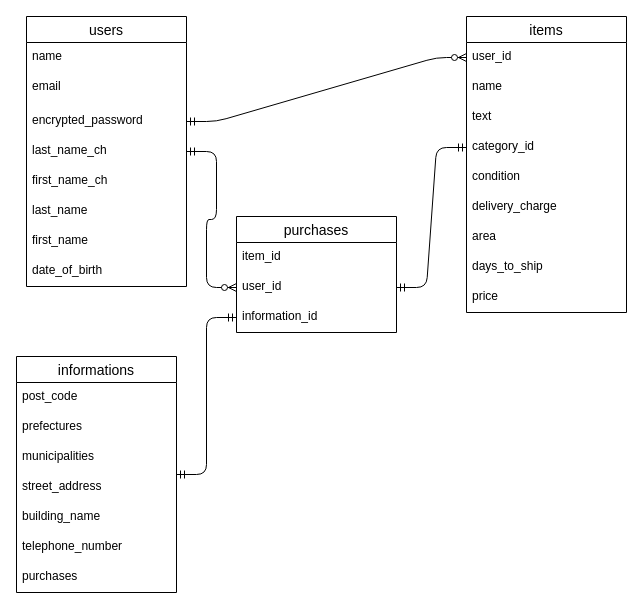
Before: furima.dio in ohkuma90/furima-39777, a draw.io diagram. Source tidied: cells renumbered, new cells numbered last; positions are measured from the earlier drawing's top-left corner, leaving out a move shared by most shapes. Both pictures are drawn from the tidied source at 100%, with x=0, y=0 at pixel (16, 16).
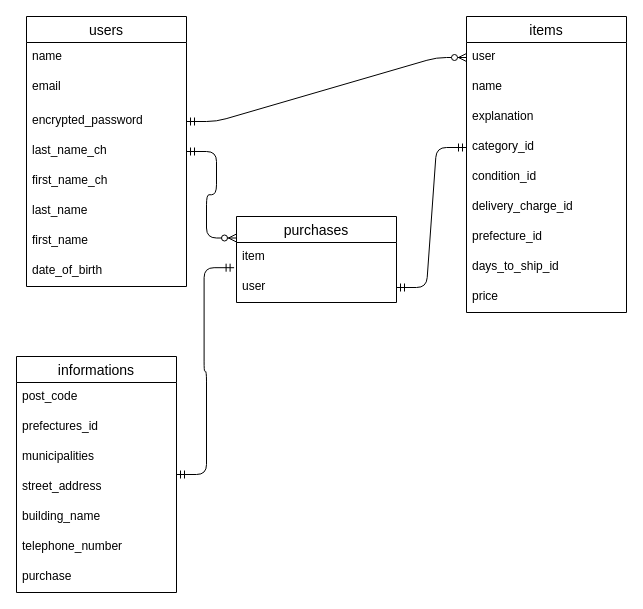
After the change.

The change refers to these unchanged cells:
```xml
<mxCell id="6" value="last_name_ch" style="text;strokeColor=none;fillColor=none;spacingLeft=4;spacingRight=4;overflow=hidden;points=[[0,0.5],[1,0.5]];portConstraint=eastwest;fontSize=12;" parent="2" vertex="1">
  <mxGeometry y="120" width="160" height="30" as="geometry" />
</mxCell>
<mxCell id="11" value="items" style="swimlane;fontStyle=0;horizontal=1;startSize=26;align=center;fontSize=14;" parent="1" vertex="1">
  <mxGeometry x="450" width="160" height="296" as="geometry" />
</mxCell>
<mxCell id="28" value="informations" style="swimlane;fontStyle=0;horizontal=1;startSize=26;align=center;fontSize=14;" parent="1" vertex="1">
  <mxGeometry y="340" width="160" height="236" as="geometry" />
</mxCell>
```

What changed in the source:
```diff
@@
-    <mxCell id="12" value="user_id" style="text;strokeColor=none;fillColor=none;spacingLeft=4;spacingRight=4;overflow=hidden;points=[[0,0.5],[1,0.5]];portConstraint=eastwest;fontSize=12;" parent="11" vertex="1">
+    <mxCell id="12" value="user" style="text;strokeColor=none;fillColor=none;spacingLeft=4;spacingRight=4;overflow=hidden;points=[[0,0.5],[1,0.5]];portConstraint=eastwest;fontSize=12;" parent="11" vertex="1">
       <mxGeometry y="26" width="160" height="30" as="geometry" />
     </mxCell>
@@
-    <mxCell id="14" value="text" style="text;strokeColor=none;fillColor=none;spacingLeft=4;spacingRight=4;overflow=hidden;fontSize=12;" parent="11" vertex="1">
+    <mxCell id="14" value="explanation" style="text;strokeColor=none;fillColor=none;spacingLeft=4;spacingRight=4;overflow=hidden;fontSize=12;" parent="11" vertex="1">
       <mxGeometry y="86" width="160" height="30" as="geometry" />
     </mxCell>
@@
-    <mxCell id="16" value="condition" style="text;strokeColor=none;fillColor=none;spacingLeft=4;spacingRight=4;overflow=hidden;fontSize=12;" parent="11" vertex="1">
+    <mxCell id="16" value="condition_id" style="text;strokeColor=none;fillColor=none;spacingLeft=4;spacingRight=4;overflow=hidden;fontSize=12;" parent="11" vertex="1">
       <mxGeometry y="146" width="160" height="30" as="geometry" />
     </mxCell>
-    <mxCell id="17" value="delivery_charge" style="text;strokeColor=none;fillColor=none;spacingLeft=4;spacingRight=4;overflow=hidden;fontSize=12;" parent="11" vertex="1">
+    <mxCell id="17" value="delivery_charge_id" style="text;strokeColor=none;fillColor=none;spacingLeft=4;spacingRight=4;overflow=hidden;fontSize=12;" parent="11" vertex="1">
       <mxGeometry y="176" width="160" height="30" as="geometry" />
     </mxCell>
-    <mxCell id="18" value="area" style="text;strokeColor=none;fillColor=none;spacingLeft=4;spacingRight=4;overflow=hidden;fontSize=12;" parent="11" vertex="1">
+    <mxCell id="18" value="prefecture_id" style="text;strokeColor=none;fillColor=none;spacingLeft=4;spacingRight=4;overflow=hidden;fontSize=12;" parent="11" vertex="1">
       <mxGeometry y="206" width="160" height="30" as="geometry" />
     </mxCell>
-    <mxCell id="19" value="days_to_ship" style="text;strokeColor=none;fillColor=none;spacingLeft=4;spacingRight=4;overflow=hidden;fontSize=12;" parent="11" vertex="1">
+    <mxCell id="19" value="days_to_ship_id" style="text;strokeColor=none;fillColor=none;spacingLeft=4;spacingRight=4;overflow=hidden;fontSize=12;" parent="11" vertex="1">
       <mxGeometry y="236" width="160" height="30" as="geometry" />
     </mxCell>
@@
     <mxCell id="21" value="purchases" style="swimlane;fontStyle=0;horizontal=1;startSize=26;align=center;fontSize=14;" parent="1" vertex="1">
-      <mxGeometry x="220" y="200" width="160" height="116" as="geometry" />
+      <mxGeometry x="220" y="200" width="160" height="86" as="geometry" />
     </mxCell>
-    <mxCell id="22" value="item_id" style="text;strokeColor=none;fillColor=none;spacingLeft=4;spacingRight=4;overflow=hidden;fontSize=12;" parent="21" vertex="1">
+    <mxCell id="22" value="item" style="text;strokeColor=none;fillColor=none;spacingLeft=4;spacingRight=4;overflow=hidden;fontSize=12;" parent="21" vertex="1">
       <mxGeometry y="26" width="160" height="30" as="geometry" />
     </mxCell>
-    <mxCell id="23" value="user_id" style="text;strokeColor=none;fillColor=none;spacingLeft=4;spacingRight=4;overflow=hidden;points=[[0,0.5],[1,0.5]];portConstraint=eastwest;fontSize=12;" parent="21" vertex="1">
+    <mxCell id="23" value="user" style="text;strokeColor=none;fillColor=none;spacingLeft=4;spacingRight=4;overflow=hidden;points=[[0,0.5],[1,0.5]];portConstraint=eastwest;fontSize=12;" parent="21" vertex="1">
       <mxGeometry y="56" width="160" height="30" as="geometry" />
     </mxCell>
-    <mxCell id="24" value="information_id" style="text;strokeColor=none;fillColor=none;spacingLeft=4;spacingRight=4;overflow=hidden;points=[[0,0.5],[1,0.5]];portConstraint=eastwest;fontSize=12;" parent="21" vertex="1">
-      <mxGeometry y="86" width="160" height="30" as="geometry" />
-    </mxCell>
@@
-    <mxCell id="27" style="edgeStyle=entityRelationEdgeStyle;fontSize=12;html=1;endArrow=ERzeroToMany;startArrow=ERmandOne;entryX=0;entryY=0.5;entryDx=0;entryDy=0;exitX=1;exitY=0.5;exitDx=0;exitDy=0;" parent="1" edge="1" source="6" target="23">
+    <mxCell id="27" style="edgeStyle=entityRelationEdgeStyle;fontSize=12;html=1;endArrow=ERzeroToMany;startArrow=ERmandOne;entryX=0;entryY=0.25;entryDx=0;entryDy=0;exitX=1;exitY=0.5;exitDx=0;exitDy=0;" parent="1" edge="1" source="6" target="21">
       <mxGeometry relative="1" as="geometry" />
     </mxCell>
@@
-    <mxCell id="30" value="prefectures" style="text;strokeColor=none;fillColor=none;spacingLeft=4;spacingRight=4;overflow=hidden;fontSize=12;" parent="28" vertex="1">
+    <mxCell id="30" value="prefectures_id" style="text;strokeColor=none;fillColor=none;spacingLeft=4;spacingRight=4;overflow=hidden;fontSize=12;" parent="28" vertex="1">
       <mxGeometry y="56" width="160" height="30" as="geometry" />
     </mxCell>
@@
-    <mxCell id="35" value="purchases" style="text;strokeColor=none;fillColor=none;spacingLeft=4;spacingRight=4;overflow=hidden;fontSize=12;" parent="28" vertex="1">
+    <mxCell id="35" value="purchase" style="text;strokeColor=none;fillColor=none;spacingLeft=4;spacingRight=4;overflow=hidden;fontSize=12;" parent="28" vertex="1">
       <mxGeometry y="206" width="160" height="30" as="geometry" />
     </mxCell>
-    <mxCell id="36" style="edgeStyle=entityRelationEdgeStyle;fontSize=12;html=1;endArrow=ERmandOne;startArrow=ERmandOne;entryX=0;entryY=0.5;entryDx=0;entryDy=0;" parent="1" edge="1" source="28" target="24">
+    <mxCell id="36" style="edgeStyle=entityRelationEdgeStyle;fontSize=12;html=1;endArrow=ERmandOne;startArrow=ERmandOne;entryX=-0.015;entryY=-0.16;entryDx=0;entryDy=0;entryPerimeter=0;" parent="1" edge="1" source="28" target="23">
       <mxGeometry relative="1" as="geometry" />
     </mxCell>
```
